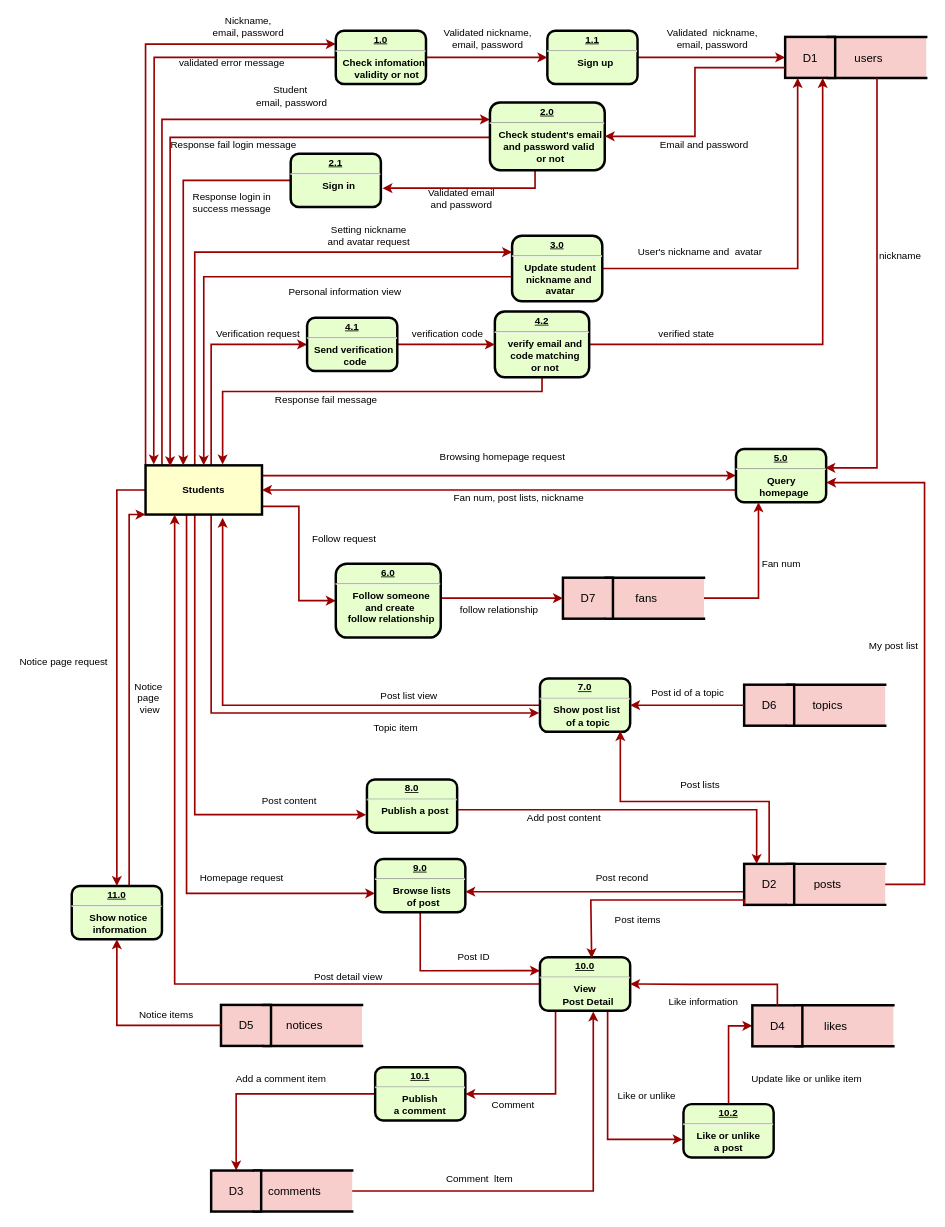
This is docs/dfd.drawio from loveagri/zhihu, a draw.io file, before an edit. Source tidied: cells renumbered, new cells numbered last; positions are measured from the earlier drawing's top-left corner, leaving out a move shared by most shapes. Both pictures are drawn from the tidied source at 82%, with x=0, y=0 at pixel (14, 14).
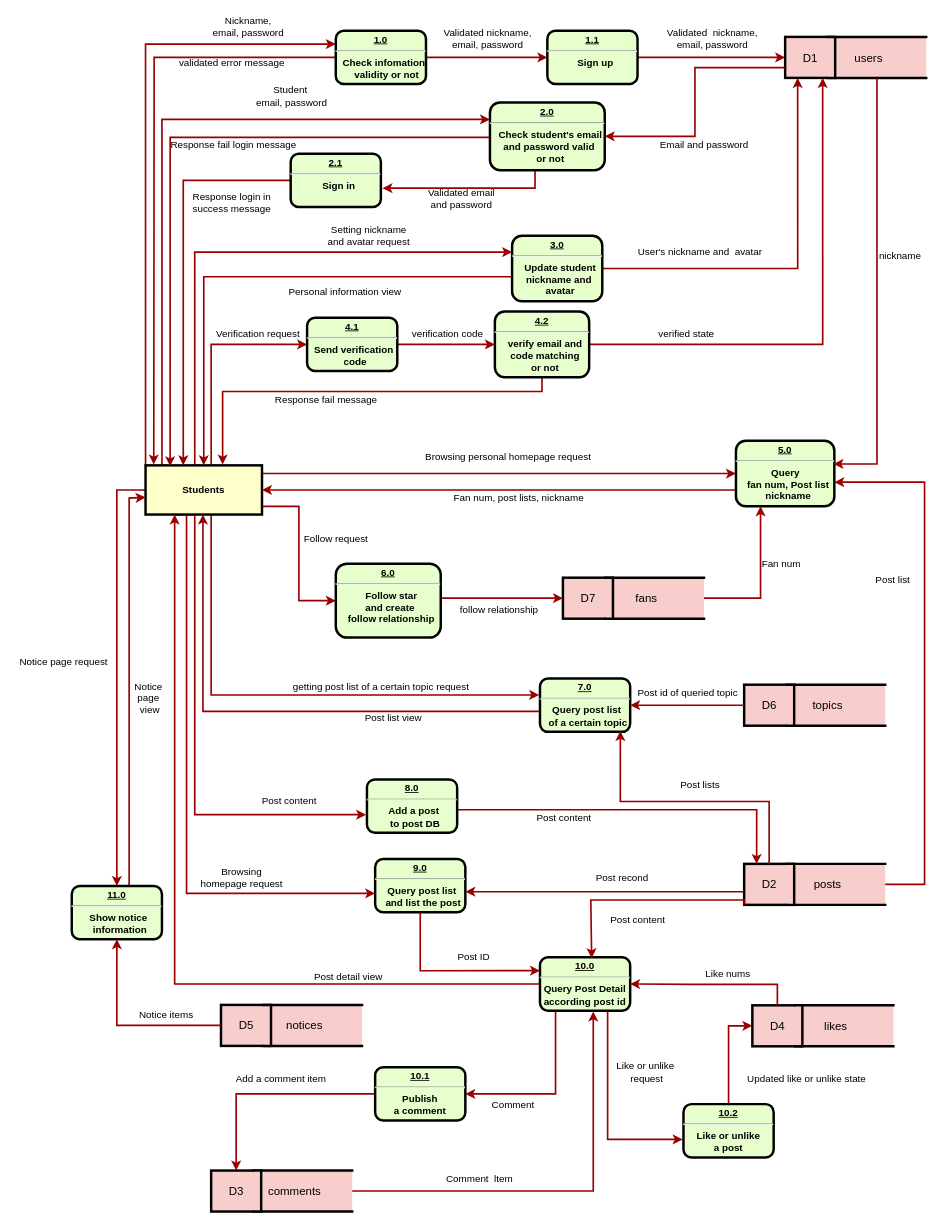
The same diagram, later.

Unchanged cells that the change refers to:
```xml
<mxCell id="12" value="Students" style="whiteSpace=wrap;align=center;verticalAlign=middle;fontStyle=1;strokeWidth=3;fillColor=#FFFFCC;" parent="1" vertex="1">
  <mxGeometry x="160" y="550" width="142" height="60" as="geometry" />
</mxCell>
<mxCell id="18" style="shape=partialRectangle;whiteSpace=wrap;html=1;left=0;right=0;fillColor=#f8cecc;strokeColor=#000000;strokeWidth=3;" parent="16" vertex="1">
  <mxGeometry x="52" width="120" height="50" as="geometry" />
</mxCell>
<mxCell id="83" style="shape=partialRectangle;whiteSpace=wrap;html=1;left=0;right=0;fillColor=#f8cecc;strokeColor=#000000;strokeWidth=3;" parent="81" vertex="1">
  <mxGeometry x="52" width="120" height="50" as="geometry" />
</mxCell>
<mxCell id="117" value="&lt;p style=&quot;margin: 0px ; margin-top: 4px ; text-align: center ; text-decoration: underline&quot;&gt;&lt;strong&gt;11.0&lt;/strong&gt;&lt;/p&gt;&lt;hr&gt;&lt;p style=&quot;margin: 0px ; margin-left: 8px&quot;&gt;Show notice&amp;nbsp;&lt;/p&gt;&lt;p style=&quot;margin: 0px ; margin-left: 8px&quot;&gt;information&lt;/p&gt;" style="verticalAlign=middle;align=center;overflow=fill;fontSize=12;fontFamily=Helvetica;html=1;rounded=1;fontStyle=1;strokeWidth=3;fillColor=#E6FFCC;" parent="1" vertex="1">
  <mxGeometry x="70" y="1063" width="110" height="65" as="geometry" />
</mxCell>
```

Change to the diagram source:
```diff
@@
-    <mxCell id="5" style="edgeStyle=orthogonalEdgeStyle;rounded=0;jettySize=auto;html=1;entryX=-0.009;entryY=0.646;entryDx=0;entryDy=0;entryPerimeter=0;strokeColor=#990000;strokeWidth=2;" parent="1" edge="1" source="12" target="104">
+    <mxCell id="5" style="edgeStyle=orthogonalEdgeStyle;rounded=0;jettySize=auto;html=1;strokeColor=#990000;strokeWidth=2;" parent="1" edge="1" source="12">
       <mxGeometry relative="1" as="geometry">
+        <mxPoint x="640" y="830" as="targetPoint" />
         <Array as="points">
-          <mxPoint x="240" y="852" />
+          <mxPoint x="240" y="830" />
+          <mxPoint x="640" y="830" />
         </Array>
       </mxGeometry>
     </mxCell>
@@
     <mxCell id="10" style="edgeStyle=orthogonalEdgeStyle;rounded=0;jettySize=auto;html=1;entryX=0;entryY=0.5;entryDx=0;entryDy=0;strokeColor=#990000;strokeWidth=2;" parent="1" edge="1" source="12" target="59">
       <mxGeometry relative="1" as="geometry">
         <Array as="points">
-          <mxPoint x="591" y="563" />
+          <mxPoint x="450" y="560" />
+          <mxPoint x="450" y="560" />
         </Array>
       </mxGeometry>
     </mxCell>
@@
-    <mxCell id="28" value="&lt;p style=&quot;margin: 0px ; margin-top: 4px ; text-align: center ; text-decoration: underline&quot;&gt;9.0&lt;/p&gt;&lt;hr&gt;&lt;p style=&quot;margin: 0px ; margin-left: 8px&quot;&gt;Browse lists&amp;nbsp;&lt;/p&gt;&lt;p style=&quot;margin: 0px ; margin-left: 8px&quot;&gt;of post&lt;/p&gt;" style="verticalAlign=middle;align=center;overflow=fill;fontSize=12;fontFamily=Helvetica;html=1;rounded=1;fontStyle=1;strokeWidth=3;fillColor=#E6FFCC;" parent="1" vertex="1">
+    <mxCell id="28" value="&lt;p style=&quot;margin: 0px ; margin-top: 4px ; text-align: center ; text-decoration: underline&quot;&gt;9.0&lt;/p&gt;&lt;hr&gt;&lt;p style=&quot;margin: 0px ; margin-left: 8px&quot;&gt;Query post list&amp;nbsp;&lt;/p&gt;&lt;p style=&quot;margin: 0px ; margin-left: 8px&quot;&gt;and list the post&lt;/p&gt;" style="verticalAlign=middle;align=center;overflow=fill;fontSize=12;fontFamily=Helvetica;html=1;rounded=1;fontStyle=1;strokeWidth=3;fillColor=#E6FFCC;" parent="1" vertex="1">
       <mxGeometry x="440" y="1030" width="110" height="65" as="geometry" />
     </mxCell>
@@
-    <mxCell id="30" value="Homepage request" style="text;html=1;align=center;verticalAlign=middle;" parent="1" vertex="1">
-      <mxGeometry x="217" y="1043" width="120" height="20" as="geometry" />
+    <mxCell id="30" value="Browsing &lt;br&gt;homepage request" style="text;html=1;align=center;verticalAlign=middle;" parent="1" vertex="1">
+      <mxGeometry x="217" y="1038" width="120" height="30" as="geometry" />
     </mxCell>
@@
-    <mxCell id="36" value="&lt;p style=&quot;margin: 0px ; margin-top: 4px ; text-align: center ; text-decoration: underline&quot;&gt;10.0&lt;/p&gt;&lt;hr&gt;&lt;strong&gt;View&lt;/strong&gt;&lt;p style=&quot;margin: 0px ; margin-left: 8px&quot;&gt;Post Detail&lt;/p&gt;" style="verticalAlign=middle;align=center;overflow=fill;fontSize=12;fontFamily=Helvetica;html=1;rounded=1;fontStyle=1;strokeWidth=3;fillColor=#E6FFCC;" parent="1" vertex="1">
+    <mxCell id="36" value="&lt;p style=&quot;margin: 0px ; margin-top: 4px ; text-align: center ; text-decoration: underline&quot;&gt;10.0&lt;/p&gt;&lt;hr&gt;Query&amp;nbsp;&lt;span&gt;Post Detail&lt;br&gt;&lt;/span&gt;according post id" style="verticalAlign=middle;align=center;overflow=fill;fontSize=12;fontFamily=Helvetica;html=1;rounded=1;fontStyle=1;strokeWidth=3;fillColor=#E6FFCC;" parent="1" vertex="1">
       <mxGeometry x="641" y="1150" width="110" height="65" as="geometry" />
     </mxCell>
-    <mxCell id="37" value="Post items" style="text;html=1;align=center;verticalAlign=middle;" parent="1" vertex="1">
-      <mxGeometry x="725" y="1095" width="70" height="20" as="geometry" />
+    <mxCell id="37" value="Post content" style="text;html=1;align=center;verticalAlign=middle;" parent="1" vertex="1">
+      <mxGeometry x="720" y="1095" width="80" height="20" as="geometry" />
     </mxCell>
@@
-    <mxCell id="50" value="Like information" style="text;html=1;align=center;verticalAlign=middle;" parent="1" vertex="1">
-      <mxGeometry x="790" y="1195" width="100" height="20" as="geometry" />
+    <mxCell id="50" value="Like nums" style="text;html=1;align=center;verticalAlign=middle;" parent="1" vertex="1">
+      <mxGeometry x="835" y="1160" width="70" height="20" as="geometry" />
     </mxCell>
@@
-    <mxCell id="52" value="Like or unlike" style="text;html=1;align=center;verticalAlign=middle;" parent="1" vertex="1">
-      <mxGeometry x="726" y="1309" width="90" height="20" as="geometry" />
+    <mxCell id="52" value="Like or unlike&amp;nbsp;&lt;br&gt;request" style="text;html=1;align=center;verticalAlign=middle;" parent="1" vertex="1">
+      <mxGeometry x="726" y="1275" width="90" height="30" as="geometry" />
     </mxCell>
-    <mxCell id="53" value="Update like or unlike item" style="text;html=1;align=center;verticalAlign=middle;" parent="1" vertex="1">
-      <mxGeometry x="891" y="1289" width="150" height="20" as="geometry" />
+    <mxCell id="53" value="Updated like or unlike state" style="text;html=1;align=center;verticalAlign=middle;" parent="1" vertex="1">
+      <mxGeometry x="886" y="1289" width="160" height="20" as="geometry" />
     </mxCell>
@@
-    <mxCell id="59" value="&lt;p style=&quot;margin: 0px ; margin-top: 4px ; text-align: center ; text-decoration: underline&quot;&gt;5.0&lt;/p&gt;&lt;hr&gt;&lt;p style=&quot;margin: 0px ; margin-left: 8px&quot;&gt;Query&amp;nbsp;&amp;nbsp;&lt;/p&gt;&lt;p style=&quot;margin: 0px ; margin-left: 8px&quot;&gt;homepage&lt;/p&gt;" style="verticalAlign=middle;align=center;overflow=fill;fontSize=12;fontFamily=Helvetica;html=1;rounded=1;fontStyle=1;strokeWidth=3;fillColor=#E6FFCC;" parent="1" vertex="1">
-      <mxGeometry x="880" y="530" width="110" height="65" as="geometry" />
+    <mxCell id="59" value="&lt;p style=&quot;margin: 0px ; margin-top: 4px ; text-align: center ; text-decoration: underline&quot;&gt;5.0&lt;/p&gt;&lt;hr&gt;&lt;p style=&quot;margin: 0px ; margin-left: 8px&quot;&gt;Query&amp;nbsp;&amp;nbsp;&lt;/p&gt;&lt;p style=&quot;margin: 0px ; margin-left: 8px&quot;&gt;fan num, Post list&lt;/p&gt;&lt;p style=&quot;margin: 0px ; margin-left: 8px&quot;&gt;nickname&lt;/p&gt;" style="verticalAlign=middle;align=center;overflow=fill;fontSize=12;fontFamily=Helvetica;html=1;rounded=1;fontStyle=1;strokeWidth=3;fillColor=#E6FFCC;" parent="1" vertex="1">
+      <mxGeometry x="880" y="520" width="120" height="80" as="geometry" />
     </mxCell>
@@
-    <mxCell id="103" style="edgeStyle=orthogonalEdgeStyle;rounded=0;jettySize=auto;html=1;entryX=0.662;entryY=1.067;entryDx=0;entryDy=0;entryPerimeter=0;strokeColor=#990000;strokeWidth=2;" parent="1" edge="1" source="104" target="12">
-      <mxGeometry relative="1" as="geometry" />
+    <mxCell id="103" style="edgeStyle=orthogonalEdgeStyle;rounded=0;jettySize=auto;html=1;strokeColor=#990000;strokeWidth=2;" parent="1" edge="1" source="104" target="12">
+      <mxGeometry relative="1" as="geometry">
+        <Array as="points">
+          <mxPoint x="230" y="850" />
+        </Array>
+      </mxGeometry>
     </mxCell>
-    <mxCell id="104" value="&lt;p style=&quot;margin: 0px ; margin-top: 4px ; text-align: center ; text-decoration: underline&quot;&gt;7.0&lt;/p&gt;&lt;hr&gt;&lt;p style=&quot;margin: 0px ; margin-left: 8px&quot;&gt;Show post list&amp;nbsp;&lt;/p&gt;&lt;p style=&quot;margin: 0px ; margin-left: 8px&quot;&gt;of a topic&lt;/p&gt;" style="verticalAlign=middle;align=center;overflow=fill;fontSize=12;fontFamily=Helvetica;html=1;rounded=1;fontStyle=1;strokeWidth=3;fillColor=#E6FFCC;" parent="1" vertex="1">
+    <mxCell id="104" value="&lt;p style=&quot;margin: 0px ; margin-top: 4px ; text-align: center ; text-decoration: underline&quot;&gt;7.0&lt;/p&gt;&lt;hr&gt;&lt;p style=&quot;margin: 0px ; margin-left: 8px&quot;&gt;Query post list&amp;nbsp;&lt;/p&gt;&lt;p style=&quot;margin: 0px ; margin-left: 8px&quot;&gt;of a certain topic&lt;/p&gt;" style="verticalAlign=middle;align=center;overflow=fill;fontSize=12;fontFamily=Helvetica;html=1;rounded=1;fontStyle=1;strokeWidth=3;fillColor=#E6FFCC;" parent="1" vertex="1">
       <mxGeometry x="641" y="810" width="110" height="65" as="geometry" />
     </mxCell>
@@
-    <mxCell id="106" value="Topic item" style="text;html=1;align=center;verticalAlign=middle;" parent="1" vertex="1">
-      <mxGeometry x="430" y="860" width="70" height="20" as="geometry" />
+    <mxCell id="106" value="getting post list of a certain topic request" style="text;html=1;align=center;verticalAlign=middle;" parent="1" vertex="1">
+      <mxGeometry x="332" y="810" width="230" height="20" as="geometry" />
     </mxCell>
-    <mxCell id="107" value="Post id of a topic" style="text;html=1;align=center;verticalAlign=middle;" parent="1" vertex="1">
-      <mxGeometry x="771" y="817.5" width="100" height="20" as="geometry" />
+    <mxCell id="107" value="Post id of queried topic" style="text;html=1;align=center;verticalAlign=middle;" parent="1" vertex="1">
+      <mxGeometry x="751" y="817.5" width="140" height="20" as="geometry" />
     </mxCell>
@@
-    <mxCell id="109" value="My post list" style="text;html=1;align=center;verticalAlign=middle;" parent="1" vertex="1">
-      <mxGeometry x="1032" y="760" width="80" height="20" as="geometry" />
+    <mxCell id="109" value="Post list&lt;br&gt;" style="text;html=1;align=center;verticalAlign=middle;" parent="1" vertex="1">
+      <mxGeometry x="1041" y="679.5" width="60" height="20" as="geometry" />
     </mxCell>
@@
-    <mxCell id="114" value="&lt;p style=&quot;margin: 0px ; margin-top: 4px ; text-align: center ; text-decoration: underline&quot;&gt;6.0&lt;/p&gt;&lt;hr&gt;&lt;p style=&quot;margin: 0px ; margin-left: 8px&quot;&gt;Follow someone&lt;/p&gt;&lt;p style=&quot;margin: 0px ; margin-left: 8px&quot;&gt;and create&amp;nbsp;&lt;/p&gt;&lt;p style=&quot;margin: 0px ; margin-left: 8px&quot;&gt;follow relationship&lt;/p&gt;" style="verticalAlign=middle;align=center;overflow=fill;fontSize=12;fontFamily=Helvetica;html=1;rounded=1;fontStyle=1;strokeWidth=3;fillColor=#E6FFCC;" parent="1" vertex="1">
+    <mxCell id="114" value="&lt;p style=&quot;margin: 0px ; margin-top: 4px ; text-align: center ; text-decoration: underline&quot;&gt;6.0&lt;/p&gt;&lt;hr&gt;&lt;p style=&quot;margin: 0px ; margin-left: 8px&quot;&gt;Follow star&lt;/p&gt;&lt;p style=&quot;margin: 0px ; margin-left: 8px&quot;&gt;and create&amp;nbsp;&lt;/p&gt;&lt;p style=&quot;margin: 0px ; margin-left: 8px&quot;&gt;follow relationship&lt;/p&gt;" style="verticalAlign=middle;align=center;overflow=fill;fontSize=12;fontFamily=Helvetica;html=1;rounded=1;fontStyle=1;strokeWidth=3;fillColor=#E6FFCC;" parent="1" vertex="1">
       <mxGeometry x="392" y="670" width="128" height="90" as="geometry" />
     </mxCell>
     <mxCell id="115" value="Follow request" style="text;html=1;align=center;verticalAlign=middle;" parent="1" vertex="1">
-      <mxGeometry x="357" y="630" width="90" height="20" as="geometry" />
+      <mxGeometry x="347" y="630" width="90" height="20" as="geometry" />
     </mxCell>
-    <mxCell id="116" style="edgeStyle=orthogonalEdgeStyle;rounded=0;jettySize=auto;html=1;entryX=0;entryY=1;entryDx=0;entryDy=0;strokeColor=#990000;strokeWidth=2;" parent="1" edge="1" source="117" target="12">
+    <mxCell id="116" style="edgeStyle=orthogonalEdgeStyle;rounded=0;jettySize=auto;html=1;entryX=0;entryY=0.65;entryDx=0;entryDy=0;strokeColor=#990000;strokeWidth=2;entryPerimeter=0;" parent="1" edge="1" source="117" target="12">
       <mxGeometry relative="1" as="geometry">
         <Array as="points">
-          <mxPoint x="140" y="610" />
+          <mxPoint x="140" y="590" />
         </Array>
       </mxGeometry>
     </mxCell>
@@
-    <mxCell id="122" value="&lt;p style=&quot;margin: 0px ; margin-top: 4px ; text-align: center ; text-decoration: underline&quot;&gt;8.0&lt;/p&gt;&lt;hr&gt;&lt;p style=&quot;margin: 0px ; margin-left: 8px&quot;&gt;Publish a post&lt;/p&gt;" style="verticalAlign=middle;align=center;overflow=fill;fontSize=12;fontFamily=Helvetica;html=1;rounded=1;fontStyle=1;strokeWidth=3;fillColor=#E6FFCC;" parent="1" vertex="1">
+    <mxCell id="122" value="&lt;p style=&quot;margin: 0px ; margin-top: 4px ; text-align: center ; text-decoration: underline&quot;&gt;8.0&lt;/p&gt;&lt;hr&gt;&lt;p style=&quot;margin: 0px ; margin-left: 8px&quot;&gt;Add a post&amp;nbsp;&lt;/p&gt;&lt;p style=&quot;margin: 0px ; margin-left: 8px&quot;&gt;to post DB&lt;/p&gt;" style="verticalAlign=middle;align=center;overflow=fill;fontSize=12;fontFamily=Helvetica;html=1;rounded=1;fontStyle=1;strokeWidth=3;fillColor=#E6FFCC;" parent="1" vertex="1">
       <mxGeometry x="430" y="933" width="110" height="65" as="geometry" />
     </mxCell>
@@
-    <mxCell id="124" value="Add post content" style="text;html=1;align=center;verticalAlign=middle;" parent="1" vertex="1">
-      <mxGeometry x="615" y="970" width="110" height="20" as="geometry" />
+    <mxCell id="124" value="Post content" style="text;html=1;align=center;verticalAlign=middle;" parent="1" vertex="1">
+      <mxGeometry x="630" y="970" width="80" height="20" as="geometry" />
     </mxCell>
@@
-    <mxCell id="141" value="Browsing homepage request" style="text;html=1;align=center;verticalAlign=middle;" parent="1" vertex="1">
-      <mxGeometry x="510" y="530" width="170" height="20" as="geometry" />
+    <mxCell id="141" value="Browsing personal homepage request" style="text;html=1;align=center;verticalAlign=middle;" parent="1" vertex="1">
+      <mxGeometry x="492" y="530" width="220" height="20" as="geometry" />
     </mxCell>
     <mxCell id="142" style="edgeStyle=orthogonalEdgeStyle;rounded=0;jettySize=auto;html=1;strokeColor=#990000;strokeWidth=2;entryX=0.25;entryY=1;entryDx=0;entryDy=0;" parent="1" edge="1" source="83" target="59">
       <mxGeometry relative="1" as="geometry">
         <Array as="points">
-          <mxPoint x="908" y="712" />
+          <mxPoint x="910" y="712" />
         </Array>
       </mxGeometry>
     </mxCell>
@@
     <mxCell id="144" value="Post list view" style="text;html=1;align=center;verticalAlign=middle;" parent="1" vertex="1">
-      <mxGeometry x="441" y="822" width="80" height="20" as="geometry" />
+      <mxGeometry x="422" y="847.5" width="80" height="20" as="geometry" />
     </mxCell>
     <mxCell id="145" style="edgeStyle=orthogonalEdgeStyle;rounded=0;jettySize=auto;html=1;exitX=0.5;exitY=1;exitDx=0;exitDy=0;entryX=0.991;entryY=0.354;entryDx=0;entryDy=0;entryPerimeter=0;strokeColor=#990000;strokeWidth=2;" parent="1" edge="1" source="18" target="59">
-      <mxGeometry relative="1" as="geometry" />
+      <mxGeometry relative="1" as="geometry">
+        <Array as="points">
+          <mxPoint x="1052" y="548" />
+        </Array>
+      </mxGeometry>
     </mxCell>
```
